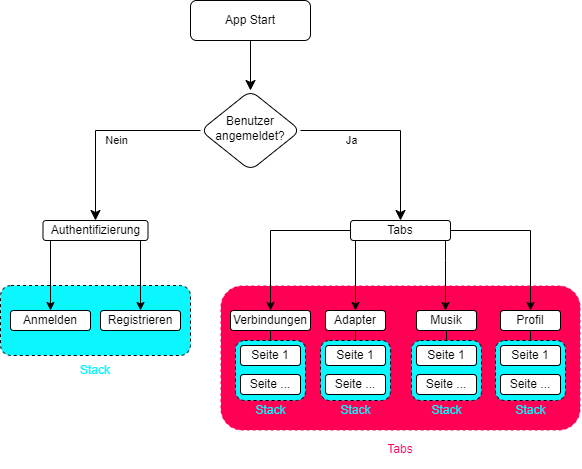
Earlier version of the draw.io export Skript/images/software/app_struktur.png (nicolang-dev/DA_Lang-Immler). Source tidied: cells renumbered, new cells last; positions are measured from the earlier drawing's top-left corner, leaving out a move shared by most shapes.
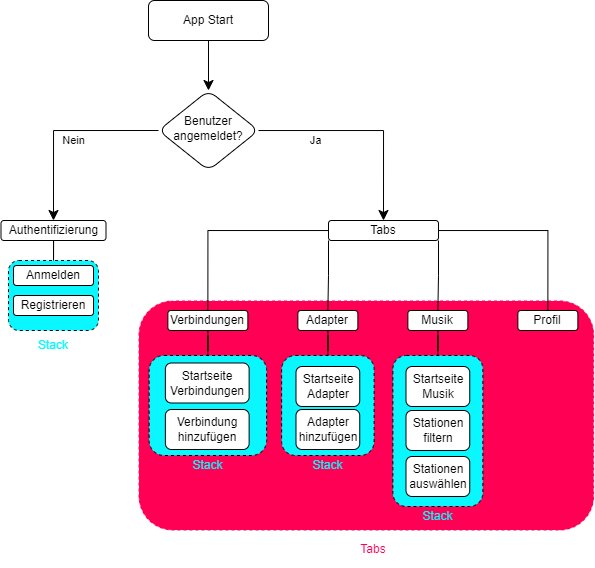
After the commit.

Diff of the diagram source:
```diff
@@ -3,14 +3,8 @@
     <mxCell id="0" />
     <mxCell id="1" parent="0" />
     <mxCell id="2" style="rounded=1;whiteSpace=wrap;html=1;fillStyle=auto;strokeColor=#FFFFFF;fillColor=#FF0055;fontStyle=1;dashed=1;" parent="1" vertex="1">
-      <mxGeometry x="220" y="285" width="360" height="145" as="geometry" />
+      <mxGeometry x="180" y="300" width="455.6" height="230" as="geometry" />
     </mxCell>
-    <mxCell id="3" style="rounded=1;whiteSpace=wrap;html=1;dashed=1;fillColor=#0AF7FF;" parent="1" vertex="1">
-      <mxGeometry y="285" width="190" height="70" as="geometry" />
-    </mxCell>
-    <mxCell id="4" value="Stack" style="text;html=1;strokeColor=none;fillColor=none;align=center;verticalAlign=middle;whiteSpace=wrap;rounded=0;fontColor=#0AF7FF;" parent="1" vertex="1">
-      <mxGeometry x="45" y="355" width="100" height="30" as="geometry" />
-    </mxCell>
     <mxCell id="5" style="rounded=0;html=1;jettySize=auto;fontSize=11;endArrow=classic;endFill=1;endSize=8;strokeWidth=1;shadow=0;labelBackgroundColor=none;edgeStyle=orthogonalEdgeStyle;" parent="1" edge="1" source="6" target="9">
       <mxGeometry relative="1" as="geometry" />
     </mxCell>
@@ -26,140 +20,127 @@
     <mxCell id="9" value="Benutzer angemeldet?" style="rhombus;whiteSpace=wrap;html=1;shadow=0;fontFamily=Helvetica;fontSize=12;align=center;strokeWidth=1;spacing=6;spacingTop=-4;rounded=1;" parent="1" vertex="1">
       <mxGeometry x="200" y="90" width="100" height="80" as="geometry" />
     </mxCell>
-    <mxCell id="10" style="edgeStyle=orthogonalEdgeStyle;rounded=0;jettySize=auto;html=1;entryX=0.5;entryY=0;entryDx=0;entryDy=0;" parent="1" edge="1" source="14" target="39">
+    <mxCell id="10" style="edgeStyle=orthogonalEdgeStyle;rounded=0;jettySize=auto;html=1;entryX=0.5;entryY=0;entryDx=0;entryDy=0;endArrow=none;endFill=0;" parent="1" edge="1" source="14" target="39">
       <mxGeometry relative="1" as="geometry" />
     </mxCell>
-    <mxCell id="11" style="edgeStyle=orthogonalEdgeStyle;rounded=0;jettySize=auto;html=1;entryX=0.5;entryY=0;entryDx=0;entryDy=0;" parent="1" edge="1" source="14" target="40">
+    <mxCell id="11" style="edgeStyle=orthogonalEdgeStyle;rounded=0;jettySize=auto;html=1;entryX=0.5;entryY=0;entryDx=0;entryDy=0;endArrow=none;endFill=0;" parent="1" edge="1" source="14" target="40">
       <mxGeometry relative="1" as="geometry">
         <Array as="points">
-          <mxPoint x="355" y="290" />
-          <mxPoint x="355" y="290" />
+          <mxPoint x="370" y="275" />
+          <mxPoint x="369" y="275" />
         </Array>
       </mxGeometry>
     </mxCell>
-    <mxCell id="12" style="edgeStyle=orthogonalEdgeStyle;rounded=0;jettySize=auto;html=1;entryX=0.5;entryY=0;entryDx=0;entryDy=0;" parent="1" edge="1" source="14" target="41">
+    <mxCell id="12" style="edgeStyle=orthogonalEdgeStyle;rounded=0;jettySize=auto;html=1;entryX=0.5;entryY=0;entryDx=0;entryDy=0;endArrow=none;endFill=0;" parent="1" edge="1" source="14" target="41">
       <mxGeometry relative="1" as="geometry">
         <Array as="points">
-          <mxPoint x="445" y="260" />
-          <mxPoint x="445" y="260" />
+          <mxPoint x="480" y="230" />
+          <mxPoint x="480" y="275" />
+          <mxPoint x="479" y="275" />
         </Array>
       </mxGeometry>
     </mxCell>
-    <mxCell id="13" style="edgeStyle=orthogonalEdgeStyle;rounded=0;jettySize=auto;html=1;entryX=0.5;entryY=0;entryDx=0;entryDy=0;" parent="1" edge="1" source="14" target="43">
+    <mxCell id="13" style="edgeStyle=orthogonalEdgeStyle;rounded=0;jettySize=auto;html=1;entryX=0.5;entryY=0;entryDx=0;entryDy=0;endArrow=none;endFill=0;" parent="1" edge="1" source="14" target="43">
       <mxGeometry relative="1" as="geometry" />
     </mxCell>
     <mxCell id="14" value="Tabs" style="rounded=1;whiteSpace=wrap;html=1;" parent="1" vertex="1">
-      <mxGeometry x="350" y="220" width="100" height="20" as="geometry" />
+      <mxGeometry x="370" y="220" width="110" height="20" as="geometry" />
     </mxCell>
-    <mxCell id="15" style="edgeStyle=orthogonalEdgeStyle;rounded=0;jettySize=auto;html=1;entryX=0.5;entryY=0;entryDx=0;entryDy=0;" parent="1" edge="1" source="17" target="21">
-      <mxGeometry relative="1" as="geometry">
-        <Array as="points">
-          <mxPoint x="50" y="230" />
-        </Array>
-      </mxGeometry>
-    </mxCell>
-    <mxCell id="16" style="edgeStyle=orthogonalEdgeStyle;rounded=0;jettySize=auto;html=1;entryX=0.5;entryY=0;entryDx=0;entryDy=0;" parent="1" edge="1" source="17" target="22">
-      <mxGeometry relative="1" as="geometry">
-        <Array as="points">
-          <mxPoint x="140" y="230" />
-        </Array>
-      </mxGeometry>
-    </mxCell>
+    <mxCell id="49" style="edgeStyle=orthogonalEdgeStyle;rounded=0;jettySize=auto;html=1;entryX=0.5;entryY=0;entryDx=0;entryDy=0;endArrow=none;endFill=0;" parent="1" edge="1" source="17" target="3">
+      <mxGeometry relative="1" as="geometry" />
+    </mxCell>
     <mxCell id="17" value="Authentifizierung" style="rounded=1;whiteSpace=wrap;html=1;" parent="1" vertex="1">
       <mxGeometry x="42.5" y="220" width="105" height="20" as="geometry" />
     </mxCell>
-    <mxCell id="18" style="edgeStyle=orthogonalEdgeStyle;rounded=0;jettySize=auto;html=1;entryX=0.5;entryY=0;entryDx=0;entryDy=0;endArrow=none;endFill=0;" parent="1" edge="1" source="39" target="29">
-      <mxGeometry relative="1" as="geometry" />
-    </mxCell>
-    <mxCell id="19" style="edgeStyle=orthogonalEdgeStyle;rounded=0;jettySize=auto;html=1;entryX=0.5;entryY=0;entryDx=0;entryDy=0;endArrow=none;endFill=0;" parent="1" edge="1" source="40" target="25">
-      <mxGeometry relative="1" as="geometry" />
-    </mxCell>
-    <mxCell id="20" style="edgeStyle=orthogonalEdgeStyle;rounded=0;jettySize=auto;html=1;entryX=0.5;entryY=0;entryDx=0;entryDy=0;endArrow=none;endFill=0;" parent="1" edge="1" source="41" target="34">
-      <mxGeometry relative="1" as="geometry" />
-    </mxCell>
+    <mxCell id="23" value="Tabs" style="text;html=1;strokeColor=none;fillColor=none;align=center;verticalAlign=middle;whiteSpace=wrap;rounded=0;fontColor=#FF0055;" parent="1" vertex="1">
+      <mxGeometry x="370" y="530" width="90" height="37.5" as="geometry" />
+    </mxCell>
+    <mxCell id="50" style="edgeStyle=orthogonalEdgeStyle;rounded=0;jettySize=auto;html=1;entryX=0.5;entryY=0;entryDx=0;entryDy=0;endArrow=none;endFill=0;" parent="1" edge="1" source="39" target="66">
+      <mxGeometry relative="1" as="geometry" />
+    </mxCell>
+    <mxCell id="39" value="Verbindungen" style="rounded=1;whiteSpace=wrap;html=1;" parent="1" vertex="1">
+      <mxGeometry x="209.4" y="310" width="80" height="20" as="geometry" />
+    </mxCell>
+    <mxCell id="51" style="edgeStyle=orthogonalEdgeStyle;rounded=0;jettySize=auto;html=1;entryX=0.5;entryY=0;entryDx=0;entryDy=0;endArrow=none;endFill=0;" parent="1" edge="1" source="40" target="60">
+      <mxGeometry relative="1" as="geometry" />
+    </mxCell>
+    <mxCell id="40" value="Adapter" style="rounded=1;whiteSpace=wrap;html=1;" parent="1" vertex="1">
+      <mxGeometry x="339.4" y="310" width="60" height="20" as="geometry" />
+    </mxCell>
+    <mxCell id="52" style="edgeStyle=orthogonalEdgeStyle;rounded=0;jettySize=auto;html=1;entryX=0.5;entryY=0;entryDx=0;entryDy=0;endArrow=none;endFill=0;" parent="1" edge="1" source="41" target="54">
+      <mxGeometry relative="1" as="geometry" />
+    </mxCell>
+    <mxCell id="41" value="Musik" style="rounded=1;whiteSpace=wrap;html=1;" parent="1" vertex="1">
+      <mxGeometry x="449.4" y="310" width="60" height="20" as="geometry" />
+    </mxCell>
+    <mxCell id="43" value="Profil" style="rounded=1;whiteSpace=wrap;html=1;" parent="1" vertex="1">
+      <mxGeometry x="559.4" y="310" width="60" height="20" as="geometry" />
+    </mxCell>
+    <mxCell id="53" style="group;" parent="1" vertex="1">
+      <mxGeometry x="434.4" y="355" width="90" height="171" as="geometry" />
+    </mxCell>
+    <mxCell id="54" style="rounded=1;whiteSpace=wrap;html=1;dashed=1;fillColor=#0AF7FF;" parent="53" vertex="1">
+      <mxGeometry width="90" height="151" as="geometry" />
+    </mxCell>
+    <mxCell id="55" value="Startseite Musik" style="rounded=1;whiteSpace=wrap;html=1;" parent="53" vertex="1">
+      <mxGeometry x="13.1" y="11" width="63.8" height="40" as="geometry" />
+    </mxCell>
+    <mxCell id="56" value="Stationen filtern" style="rounded=1;whiteSpace=wrap;html=1;" parent="53" vertex="1">
+      <mxGeometry x="13.1" y="55" width="63.8" height="40" as="geometry" />
+    </mxCell>
+    <mxCell id="57" value="Stationen auswählen" style="rounded=1;whiteSpace=wrap;html=1;" parent="53" vertex="1">
+      <mxGeometry x="13.1" y="101" width="63.8" height="40" as="geometry" />
+    </mxCell>
+    <mxCell id="58" value="Stack" style="text;html=1;strokeColor=none;fillColor=none;align=center;verticalAlign=middle;whiteSpace=wrap;rounded=0;fontColor=#0AF7FF;" parent="53" vertex="1">
+      <mxGeometry x="31" y="151" width="29" height="20" as="geometry" />
+    </mxCell>
+    <mxCell id="59" style="group;" parent="1" vertex="1">
+      <mxGeometry x="323.1" y="355" width="92.5" height="120" as="geometry" />
+    </mxCell>
+    <mxCell id="60" style="rounded=1;whiteSpace=wrap;html=1;dashed=1;fillColor=#0AF7FF;" parent="59" vertex="1">
+      <mxGeometry width="92.5" height="100" as="geometry" />
+    </mxCell>
+    <mxCell id="61" value="Startseite Adapter" style="rounded=1;whiteSpace=wrap;html=1;" parent="59" vertex="1">
+      <mxGeometry x="14.4" y="11" width="63.8" height="40" as="geometry" />
+    </mxCell>
+    <mxCell id="62" value="Adapter hinzufügen" style="rounded=1;whiteSpace=wrap;html=1;" parent="59" vertex="1">
+      <mxGeometry x="14.4" y="54" width="63.8" height="40" as="geometry" />
+    </mxCell>
+    <mxCell id="63" value="Stack" style="text;html=1;strokeColor=none;fillColor=none;align=center;verticalAlign=middle;whiteSpace=wrap;rounded=0;fontColor=#0AF7FF;" parent="59" vertex="1">
+      <mxGeometry x="31.8" y="100" width="29" height="20" as="geometry" />
+    </mxCell>
+    <mxCell id="64" style="group;" parent="1" vertex="1">
+      <mxGeometry x="190.6" y="355" width="117.5" height="120" as="geometry" />
+    </mxCell>
+    <mxCell id="65" style="group;" parent="64" vertex="1">
+      <mxGeometry width="117.5" height="100" as="geometry" />
+    </mxCell>
+    <mxCell id="66" style="rounded=1;whiteSpace=wrap;html=1;dashed=1;fillColor=#0AF7FF;" parent="65" vertex="1">
+      <mxGeometry width="117.5" height="100" as="geometry" />
+    </mxCell>
+    <mxCell id="67" value="Startseite Verbindungen" style="rounded=1;whiteSpace=wrap;html=1;" parent="65" vertex="1">
+      <mxGeometry x="16.2" y="7.5" width="83.8" height="40" as="geometry" />
+    </mxCell>
+    <mxCell id="68" value="Verbindung hinzufügen" style="rounded=1;whiteSpace=wrap;html=1;" parent="65" vertex="1">
+      <mxGeometry x="16.2" y="54" width="83.8" height="40" as="geometry" />
+    </mxCell>
+    <mxCell id="69" value="Stack" style="text;html=1;strokeColor=none;fillColor=none;align=center;verticalAlign=middle;whiteSpace=wrap;rounded=0;fontColor=#0AF7FF;" parent="64" vertex="1">
+      <mxGeometry x="44.2" y="100" width="29" height="20" as="geometry" />
+    </mxCell>
+    <mxCell id="70" style="group;" parent="1" vertex="1">
+      <mxGeometry x="45" y="260" width="100" height="100" as="geometry" />
+    </mxCell>
+    <mxCell id="3" style="rounded=1;whiteSpace=wrap;html=1;dashed=1;fillColor=#0AF7FF;" parent="70" vertex="1">
+      <mxGeometry x="5" width="90" height="70" as="geometry" />
+    </mxCell>
+    <mxCell id="4" value="Stack" style="text;html=1;strokeColor=none;fillColor=none;align=center;verticalAlign=middle;whiteSpace=wrap;rounded=0;fontColor=#0AF7FF;" parent="70" vertex="1">
+      <mxGeometry y="70" width="100" height="30" as="geometry" />
+    </mxCell>
-    <mxCell id="21" value="Anmelden" style="rounded=1;whiteSpace=wrap;html=1;" parent="1" vertex="1">
-      <mxGeometry x="10" y="310" width="80" height="20" as="geometry" />
+    <mxCell id="21" value="Anmelden" style="rounded=1;whiteSpace=wrap;html=1;" parent="70" vertex="1">
+      <mxGeometry x="10" y="5" width="80" height="20" as="geometry" />
     </mxCell>
-    <mxCell id="22" value="Registrieren" style="rounded=1;whiteSpace=wrap;html=1;" parent="1" vertex="1">
-      <mxGeometry x="100" y="310" width="80" height="20" as="geometry" />
+    <mxCell id="22" value="Registrieren" style="rounded=1;whiteSpace=wrap;html=1;" parent="70" vertex="1">
+      <mxGeometry x="10" y="35" width="80" height="20" as="geometry" />
     </mxCell>
-    <mxCell id="23" value="Tabs" style="text;html=1;strokeColor=none;fillColor=none;align=center;verticalAlign=middle;whiteSpace=wrap;rounded=0;fontColor=#FF0055;" parent="1" vertex="1">
-      <mxGeometry x="355" y="430" width="90" height="37.5" as="geometry" />
-    </mxCell>
-    <mxCell id="24" style="group;rounded=1;" parent="1" vertex="1">
-      <mxGeometry x="320" y="340" width="70" height="60" as="geometry" />
-    </mxCell>
-    <mxCell id="25" style="rounded=1;whiteSpace=wrap;html=1;dashed=1;fillColor=#0AF7FF;" parent="24" vertex="1">
-      <mxGeometry width="70" height="60" as="geometry" />
-    </mxCell>
-    <mxCell id="26" value="Seite 1" style="rounded=1;whiteSpace=wrap;html=1;" parent="24" vertex="1">
-      <mxGeometry x="5" y="5" width="60" height="20" as="geometry" />
-    </mxCell>
-    <mxCell id="27" value="Seite ..." style="rounded=1;whiteSpace=wrap;html=1;" parent="24" vertex="1">
-      <mxGeometry x="5" y="34" width="60" height="20" as="geometry" />
-    </mxCell>
-    <mxCell id="28" style="group;rounded=1;rotation=90;" parent="1" vertex="1">
-      <mxGeometry x="235" y="340" width="70" height="80" as="geometry" />
-    </mxCell>
-    <mxCell id="29" style="rounded=1;whiteSpace=wrap;html=1;dashed=1;fillColor=#0AF7FF;" parent="28" vertex="1">
-      <mxGeometry width="70" height="60" as="geometry" />
-    </mxCell>
-    <mxCell id="30" value="Seite 1" style="rounded=1;whiteSpace=wrap;html=1;" parent="28" vertex="1">
-      <mxGeometry x="5" y="5" width="60" height="20" as="geometry" />
-    </mxCell>
-    <mxCell id="31" value="Seite ..." style="rounded=1;whiteSpace=wrap;html=1;" parent="28" vertex="1">
-      <mxGeometry x="5" y="34" width="60" height="20" as="geometry" />
-    </mxCell>
-    <mxCell id="32" value="Stack" style="text;html=1;strokeColor=none;fillColor=none;align=center;verticalAlign=middle;whiteSpace=wrap;rounded=0;fontColor=#0AF7FF;" parent="28" vertex="1">
-      <mxGeometry x="20.5" y="60" width="29" height="20" as="geometry" />
-    </mxCell>
-    <mxCell id="33" style="group;rounded=1;" parent="1" vertex="1">
-      <mxGeometry x="411" y="340" width="70" height="60" as="geometry" />
-    </mxCell>
-    <mxCell id="34" style="rounded=1;whiteSpace=wrap;html=1;dashed=1;fillColor=#0AF7FF;" parent="33" vertex="1">
-      <mxGeometry width="70" height="60" as="geometry" />
-    </mxCell>
-    <mxCell id="35" value="Seite 1" style="rounded=1;whiteSpace=wrap;html=1;" parent="33" vertex="1">
-      <mxGeometry x="5" y="5" width="60" height="20" as="geometry" />
-    </mxCell>
-    <mxCell id="36" value="Seite ..." style="rounded=1;whiteSpace=wrap;html=1;" parent="33" vertex="1">
-      <mxGeometry x="5" y="34" width="60" height="20" as="geometry" />
-    </mxCell>
-    <mxCell id="37" value="Stack" style="text;html=1;strokeColor=none;fillColor=none;align=center;verticalAlign=middle;whiteSpace=wrap;rounded=0;fontColor=#0AF7FF;" parent="1" vertex="1">
-      <mxGeometry x="431.5" y="400" width="29" height="20" as="geometry" />
-    </mxCell>
-    <mxCell id="38" value="Stack" style="text;html=1;strokeColor=none;fillColor=none;align=center;verticalAlign=middle;whiteSpace=wrap;rounded=0;fontColor=#0AF7FF;" parent="1" vertex="1">
-      <mxGeometry x="340.5" y="400" width="29" height="20" as="geometry" />
-    </mxCell>
-    <mxCell id="39" value="Verbindungen" style="rounded=1;whiteSpace=wrap;html=1;" parent="1" vertex="1">
-      <mxGeometry x="230" y="310" width="80" height="20" as="geometry" />
-    </mxCell>
-    <mxCell id="40" value="Adapter" style="rounded=1;whiteSpace=wrap;html=1;" parent="1" vertex="1">
-      <mxGeometry x="325" y="310" width="60" height="20" as="geometry" />
-    </mxCell>
-    <mxCell id="41" value="Musik" style="rounded=1;whiteSpace=wrap;html=1;" parent="1" vertex="1">
-      <mxGeometry x="416" y="310" width="60" height="20" as="geometry" />
-    </mxCell>
-    <mxCell id="42" style="edgeStyle=orthogonalEdgeStyle;rounded=0;jettySize=auto;html=1;entryX=0.5;entryY=0;entryDx=0;entryDy=0;endArrow=none;endFill=0;" parent="1" edge="1" source="43" target="45">
-      <mxGeometry relative="1" as="geometry" />
-    </mxCell>
-    <mxCell id="43" value="Profil" style="rounded=1;whiteSpace=wrap;html=1;" parent="1" vertex="1">
-      <mxGeometry x="500" y="310" width="60" height="20" as="geometry" />
-    </mxCell>
-    <mxCell id="44" style="group;rounded=1;" parent="1" vertex="1">
-      <mxGeometry x="495" y="340" width="70" height="60" as="geometry" />
-    </mxCell>
-    <mxCell id="45" style="rounded=1;whiteSpace=wrap;html=1;dashed=1;fillColor=#0AF7FF;" parent="44" vertex="1">
-      <mxGeometry width="70" height="60" as="geometry" />
-    </mxCell>
-    <mxCell id="46" value="Seite 1" style="rounded=1;whiteSpace=wrap;html=1;" parent="44" vertex="1">
-      <mxGeometry x="5" y="5" width="60" height="20" as="geometry" />
-    </mxCell>
-    <mxCell id="47" value="Seite ..." style="rounded=1;whiteSpace=wrap;html=1;" parent="44" vertex="1">
-      <mxGeometry x="5" y="34" width="60" height="20" as="geometry" />
-    </mxCell>
-    <mxCell id="48" value="Stack" style="text;html=1;strokeColor=none;fillColor=none;align=center;verticalAlign=middle;whiteSpace=wrap;rounded=0;fontColor=#0AF7FF;" parent="1" vertex="1">
-      <mxGeometry x="515.5" y="400" width="29" height="20" as="geometry" />
-    </mxCell>
   </root>
 </mxGraphModel>
```
